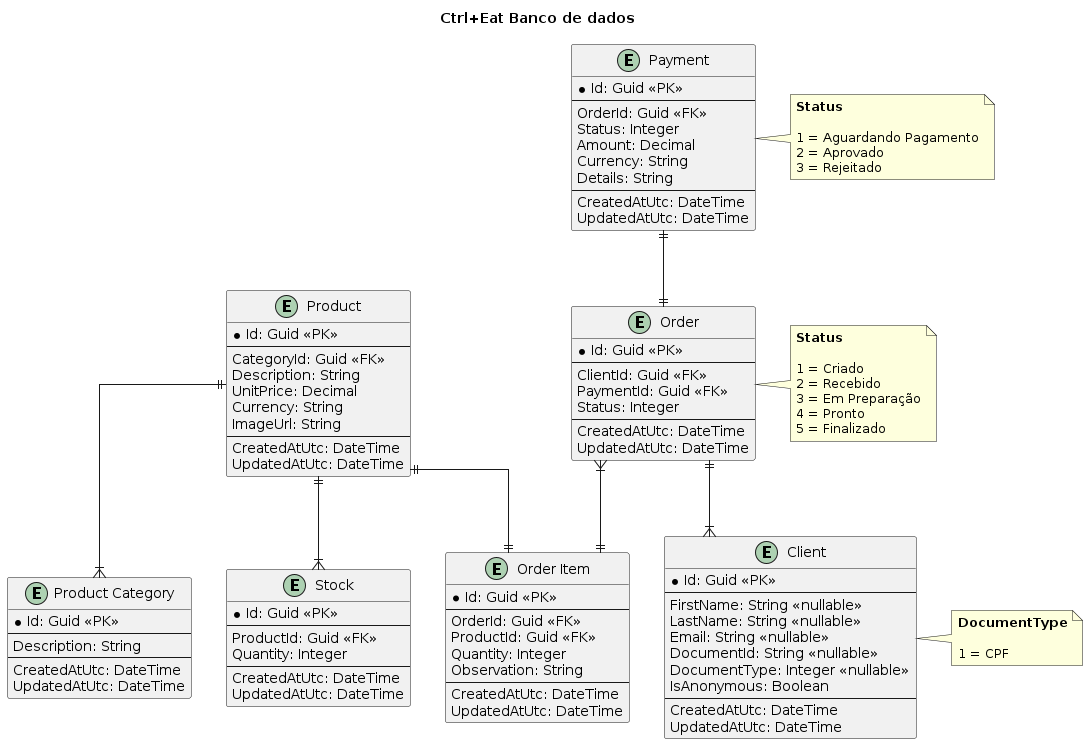
This is docs/database/database.png from jfelipearaujo/fast-food-api, a PlantUML export, as it was before one commit.
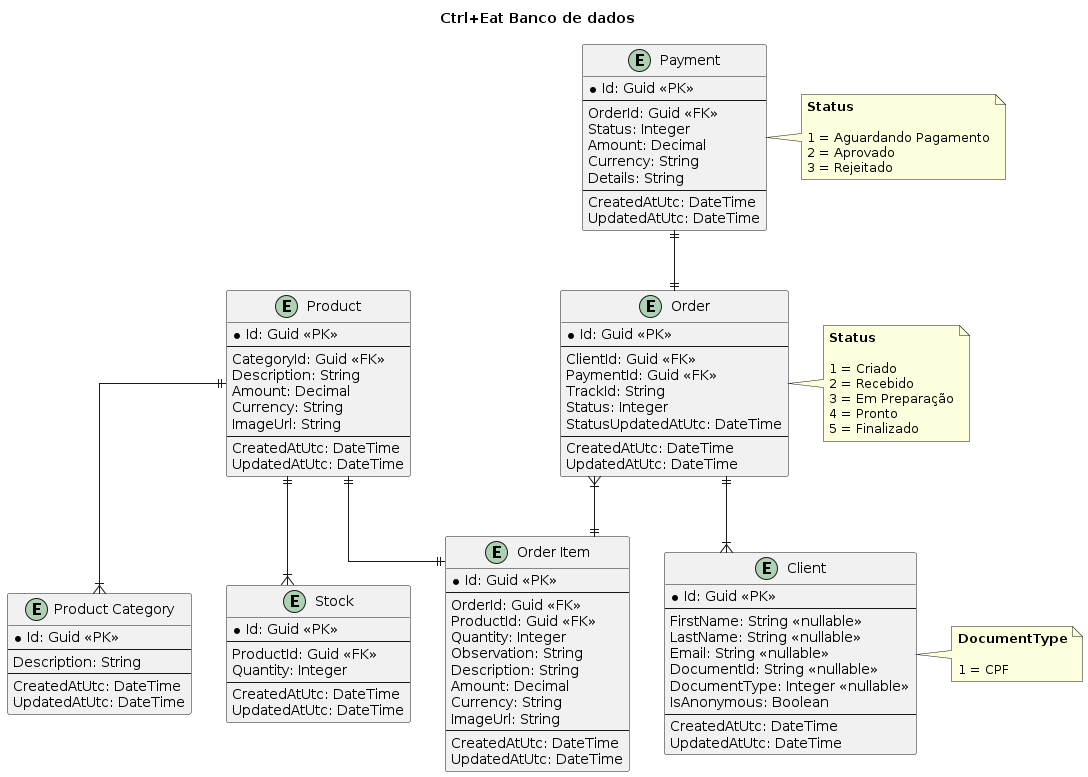
The same diagram one commit later.

Diff of the diagram source:
```diff
@@ -33,7 +33,7 @@
     ---
     CategoryId: Guid <<FK>>
     Description: String
-    UnitPrice: Decimal
+    Amount: Decimal
     Currency: String
     ImageUrl: String
     ---
@@ -58,6 +58,10 @@
     ProductId: Guid <<FK>>
     Quantity: Integer
     Observation: String
+    Description: String
+    Amount: Decimal
+    Currency: String
+    ImageUrl: String
     ---
     CreatedAtUtc: DateTime
     UpdatedAtUtc: DateTime
@@ -81,7 +85,9 @@
     ---
     ClientId: Guid <<FK>>
     PaymentId: Guid <<FK>>
+    TrackId: String
     Status: Integer
+    StatusUpdatedAtUtc: DateTime
     ---
     CreatedAtUtc: DateTime
     UpdatedAtUtc: DateTime
```
